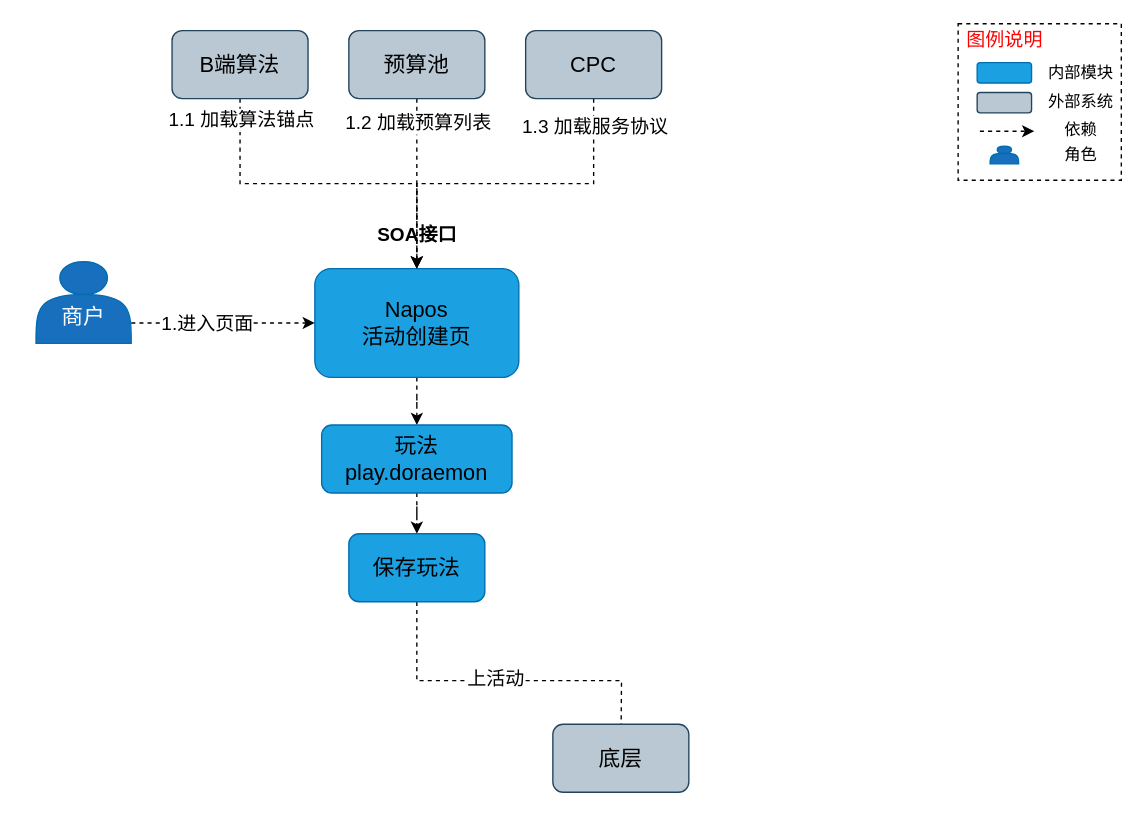
Before: page "创建活动" (5 of 6) of 智能满减.drawio in jon-kong/draw.io, a draw.io diagram. Source tidied: cells renumbered, new cells numbered last; positions are measured from the earlier drawing's top-left corner, leaving out a move shared by most shapes. Both pictures are drawn from the tidied source at 136%, with x=0, y=0 at pixel (35, 23).
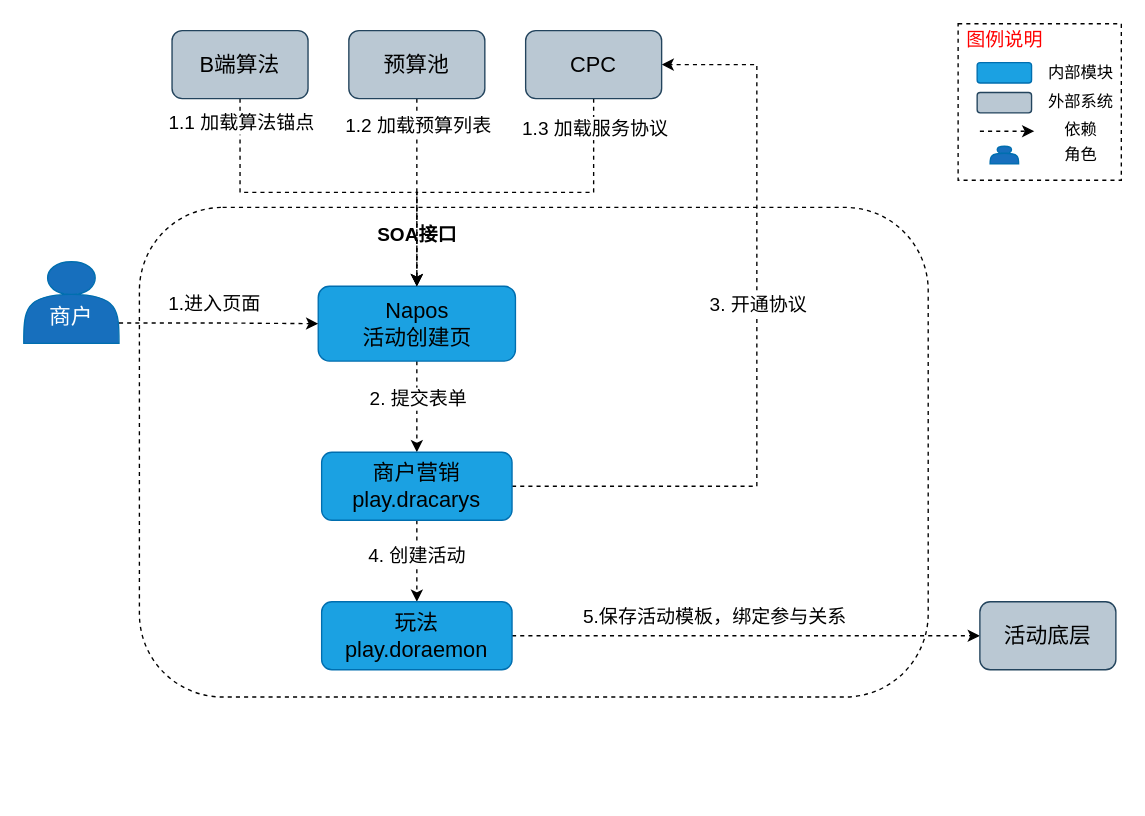
The same page after the edit.

Unchanged cells that the change refers to:
```xml
<mxCell id="2" style="edgeStyle=orthogonalEdgeStyle;rounded=0;jettySize=auto;html=1;exitX=0.5;exitY=1;exitDx=0;exitDy=0;fontSize=16;fontColor=#000000;dashed=1;" parent="1" edge="1" source="3" target="5">
  <mxGeometry relative="1" as="geometry" />
</mxCell>
<mxCell id="4" style="edgeStyle=orthogonalEdgeStyle;rounded=0;jettySize=auto;html=1;exitX=0.5;exitY=1;exitDx=0;exitDy=0;dashed=1;fontSize=16;fontColor=#000000;" parent="1" edge="1" source="5" target="8">
  <mxGeometry relative="1" as="geometry" />
</mxCell>
<mxCell id="9" style="edgeStyle=orthogonalEdgeStyle;rounded=0;jettySize=auto;html=1;exitX=1;exitY=0.75;exitDx=0;exitDy=0;entryX=0;entryY=0.5;entryDx=0;entryDy=0;fontSize=14;fontColor=#000000;dashed=1;" parent="1" edge="1" source="11" target="3">
  <mxGeometry relative="1" as="geometry" />
</mxCell>
<mxCell id="31" value="CPC" style="rounded=1;whiteSpace=wrap;html=1;fillColor=#bac8d3;strokeColor=#23445d;fontSize=16;" parent="1" vertex="1">
  <mxGeometry x="360" y="5" width="100" height="50" as="geometry" />
</mxCell>
```

Diff of the diagram source:
```diff
@@
+    <mxCell id="33" style="rounded=1;whiteSpace=wrap;html=1;dashed=1;arcSize=17;" parent="1" vertex="1">
+      <mxGeometry x="76" y="135" width="580" height="360" as="geometry" />
+    </mxCell>
@@
+    <mxCell id="34" value="2. 提交表单" style="edgeLabel;html=1;align=center;verticalAlign=middle;fontSize=14;fontColor=#000000;" parent="2" vertex="1">
+      <mxGeometry x="-0.48" y="-1" relative="1" as="geometry">
+        <mxPoint x="1" y="10" as="offset" />
+      </mxGeometry>
+    </mxCell>
+    <mxCell id="35" style="edgeStyle=orthogonalEdgeStyle;rounded=0;jettySize=auto;html=1;exitX=1;exitY=0.5;exitDx=0;exitDy=0;entryX=1;entryY=0.5;entryDx=0;entryDy=0;dashed=1;strokeWidth=1;fontSize=18;fontColor=#000000;" parent="1" edge="1" source="5" target="31">
+      <mxGeometry relative="1" as="geometry">
+        <Array as="points">
+          <mxPoint x="530" y="340" />
+          <mxPoint x="530" y="30" />
+        </Array>
+      </mxGeometry>
+    </mxCell>
+    <mxCell id="36" value="3. 开通协议" style="edgeLabel;html=1;align=center;verticalAlign=middle;fontSize=14;fontColor=#000000;" parent="35" vertex="1">
+      <mxGeometry x="0.12" relative="1" as="geometry" />
+    </mxCell>
     <mxCell id="3" value="Napos&lt;br&gt;活动创建页" style="rounded=1;whiteSpace=wrap;html=1;fillColor=#1ba1e2;strokeColor=#006EAF;fontColor=#000000;fontSize=16;" parent="1" vertex="1">
-      <mxGeometry x="205" y="180" width="150" height="80" as="geometry" />
+      <mxGeometry x="207.5" y="193" width="145" height="55" as="geometry" />
     </mxCell>
@@
+    <mxCell id="37" value="4. 创建活动" style="edgeLabel;html=1;align=center;verticalAlign=middle;fontSize=14;fontColor=#000000;" parent="4" vertex="1">
+      <mxGeometry x="-0.16" y="-1" relative="1" as="geometry" />
+    </mxCell>
-    <mxCell id="5" value="玩法&lt;br&gt;play.doraemon" style="rounded=1;whiteSpace=wrap;html=1;fillColor=#1ba1e2;strokeColor=#006EAF;fontColor=#000000;fontSize=16;" parent="1" vertex="1">
-      <mxGeometry x="210" y="295" width="140" height="50" as="geometry" />
+    <mxCell id="5" value="商户营销&lt;br&gt;play.dracarys" style="rounded=1;whiteSpace=wrap;html=1;fillColor=#1ba1e2;strokeColor=#006EAF;fontColor=#000000;fontSize=16;" parent="1" vertex="1">
+      <mxGeometry x="210" y="315" width="140" height="50" as="geometry" />
     </mxCell>
-    <mxCell id="6" style="edgeStyle=orthogonalEdgeStyle;rounded=0;jettySize=auto;html=1;exitX=0.5;exitY=1;exitDx=0;exitDy=0;entryX=0.5;entryY=0;entryDx=0;entryDy=0;dashed=1;fontSize=14;fontColor=#000000;" parent="1" edge="1" source="8">
-      <mxGeometry relative="1" as="geometry">
-        <mxPoint x="430" y="541" as="targetPoint" />
-      </mxGeometry>
+    <mxCell id="6" style="edgeStyle=orthogonalEdgeStyle;rounded=0;jettySize=auto;html=1;exitX=1;exitY=0.5;exitDx=0;exitDy=0;entryX=0;entryY=0.5;entryDx=0;entryDy=0;dashed=1;fontSize=14;fontColor=#000000;" parent="1" edge="1" source="8" target="28">
+      <mxGeometry relative="1" as="geometry" />
     </mxCell>
-    <mxCell id="7" value="上活动" style="edgeLabel;html=1;align=center;verticalAlign=middle;fontSize=14;fontColor=#000000;" parent="6" vertex="1">
-      <mxGeometry x="-0.14" y="2" relative="1" as="geometry" />
+    <mxCell id="7" value="5.保存活动模板，绑定参与关系" style="edgeLabel;html=1;align=center;verticalAlign=middle;fontSize=14;fontColor=#000000;" parent="6" vertex="1">
+      <mxGeometry x="-0.14" y="2" relative="1" as="geometry">
+        <mxPoint y="-13" as="offset" />
+      </mxGeometry>
     </mxCell>
-    <mxCell id="8" value="保存玩法" style="rounded=1;whiteSpace=wrap;html=1;fillColor=#1ba1e2;strokeColor=#006EAF;fontColor=#000000;fontSize=16;" parent="1" vertex="1">
-      <mxGeometry x="230" y="375" width="100" height="50" as="geometry" />
+    <mxCell id="8" value="玩法&lt;br&gt;play.doraemon" style="rounded=1;whiteSpace=wrap;html=1;fillColor=#1ba1e2;strokeColor=#006EAF;fontColor=#000000;fontSize=16;" parent="1" vertex="1">
+      <mxGeometry x="210" y="425" width="140" height="50" as="geometry" />
     </mxCell>
@@
     <mxCell id="10" value="1.进入页面" style="edgeLabel;html=1;align=center;verticalAlign=middle;fontSize=14;fontColor=#000000;" parent="9" vertex="1">
       <mxGeometry x="-0.34" relative="1" as="geometry">
-        <mxPoint x="10" as="offset" />
+        <mxPoint x="20" y="-15" as="offset" />
       </mxGeometry>
     </mxCell>
     <mxCell id="11" value="&lt;br&gt;商户" style="shape=actor;whiteSpace=wrap;html=1;fillColor=#176FBD;fontSize=16;fontColor=#ffffff;strokeColor=#006EAF;" parent="1" vertex="1">
-      <mxGeometry y="175" width="70" height="60" as="geometry" />
+      <mxGeometry x="-9" y="175" width="70" height="60" as="geometry" />
     </mxCell>
@@
-    <mxCell id="28" value="底层" style="rounded=1;whiteSpace=wrap;html=1;fillColor=#bac8d3;strokeColor=#23445d;fontSize=16;" parent="1" vertex="1">
-      <mxGeometry x="380" y="515" width="100" height="50" as="geometry" />
+    <mxCell id="28" value="活动底层" style="rounded=1;whiteSpace=wrap;html=1;fillColor=#bac8d3;strokeColor=#23445d;fontSize=16;" parent="1" vertex="1">
+      <mxGeometry x="694" y="425" width="100" height="50" as="geometry" />
     </mxCell>
```
